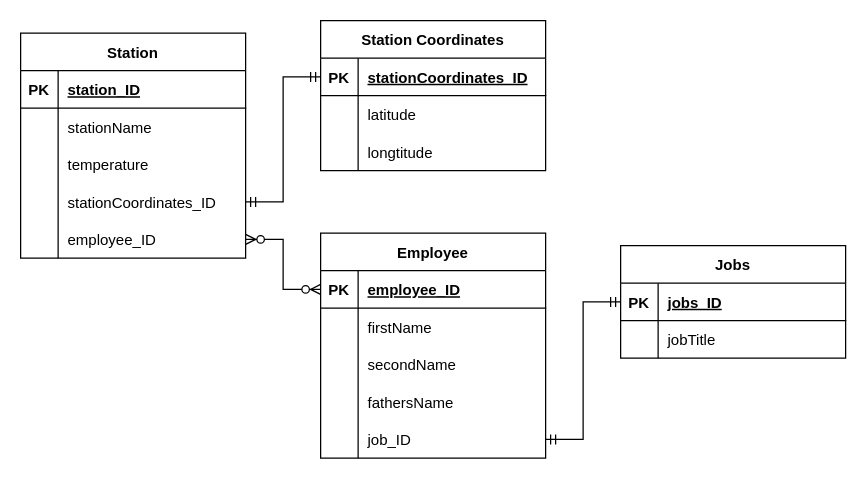
This is Диаграмма без названия.drawio from i66iwm/decorator, a draw.io file, before an edit. Source tidied: cells renumbered, new cells numbered last; positions are measured from the earlier drawing's top-left corner, leaving out a move shared by most shapes. Both pictures are drawn from the tidied source at 125%, with x=0, y=0 at pixel (20, 20).
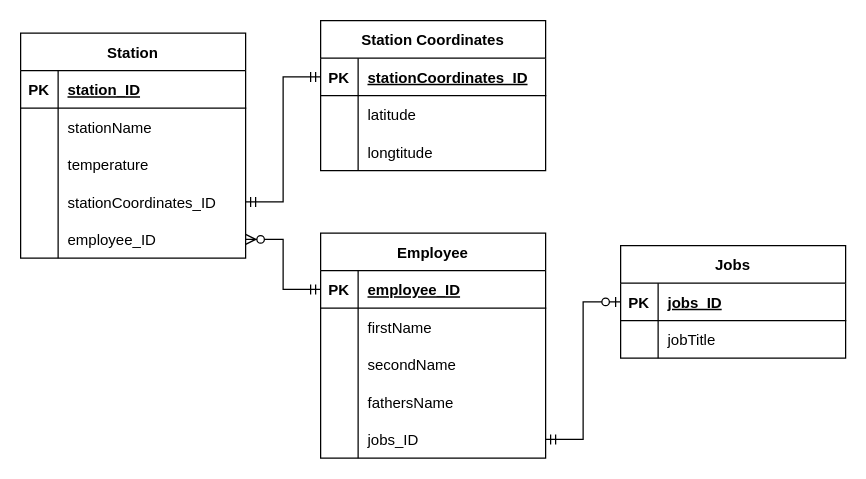
The same diagram, later.

The change refers to these unchanged cells:
```xml
<mxCell id="3" style="shape=tableRow;horizontal=0;startSize=0;swimlaneHead=0;swimlaneBody=0;fillColor=none;points=[[0,0.5],[1,0.5]];portConstraint=eastwest;top=0;left=0;right=0;bottom=1;" parent="2" vertex="1">
  <mxGeometry y="30" width="180" height="30" as="geometry" />
</mxCell>
<mxCell id="15" style="shape=tableRow;horizontal=0;startSize=0;swimlaneHead=0;swimlaneBody=0;fillColor=none;points=[[0,0.5],[1,0.5]];portConstraint=eastwest;top=0;left=0;right=0;bottom=0;" parent="2" vertex="1">
  <mxGeometry y="150" width="180" height="30" as="geometry" />
</mxCell>
<mxCell id="28" style="shape=tableRow;horizontal=0;startSize=0;swimlaneHead=0;swimlaneBody=0;fillColor=none;points=[[0,0.5],[1,0.5]];portConstraint=eastwest;top=0;left=0;right=0;bottom=0;" parent="18" vertex="1">
  <mxGeometry y="120" width="180" height="30" as="geometry" />
</mxCell>
<mxCell id="31" style="shape=tableRow;horizontal=0;startSize=0;swimlaneHead=0;swimlaneBody=0;fillColor=none;points=[[0,0.5],[1,0.5]];portConstraint=eastwest;top=0;left=0;right=0;bottom=0;" parent="18" vertex="1">
  <mxGeometry y="150" width="180" height="30" as="geometry" />
</mxCell>
<mxCell id="35" style="shape=tableRow;horizontal=0;startSize=0;swimlaneHead=0;swimlaneBody=0;fillColor=none;points=[[0,0.5],[1,0.5]];portConstraint=eastwest;top=0;left=0;right=0;bottom=1;" parent="34" vertex="1">
  <mxGeometry y="30" width="180" height="30" as="geometry" />
</mxCell>
<mxCell id="45" style="shape=tableRow;horizontal=0;startSize=0;swimlaneHead=0;swimlaneBody=0;fillColor=none;points=[[0,0.5],[1,0.5]];portConstraint=eastwest;top=0;left=0;right=0;bottom=1;" parent="44" vertex="1">
  <mxGeometry y="30" width="180" height="30" as="geometry" />
</mxCell>
```

The edit, as a diff of the source:
```diff
@@
-    <mxCell id="17" value="job_ID" style="shape=partialRectangle;fillColor=none;top=0;left=0;bottom=0;right=0;align=left;spacingLeft=6;overflow=hidden;" parent="15" vertex="1">
+    <mxCell id="17" value="jobs_ID" style="shape=partialRectangle;fillColor=none;top=0;left=0;bottom=0;right=0;align=left;spacingLeft=6;overflow=hidden;" parent="15" vertex="1">
       <mxGeometry x="30" width="150" height="30" as="geometry" />
     </mxCell>
@@
+    <mxCell id="52" style="edgeStyle=entityRelationEdgeStyle;fontSize=12;html=1;endArrow=ERmandOne;startArrow=ERmandOne;rounded=0;exitX=1;exitY=0.5;exitDx=0;exitDy=0;entryX=0;entryY=0.5;entryDx=0;entryDy=0;" parent="1" edge="1" source="28" target="35">
+      <mxGeometry relative="1" as="geometry" />
+    </mxCell>
+    <mxCell id="54" style="edgeStyle=entityRelationEdgeStyle;fontSize=12;html=1;endArrow=ERzeroToMany;startArrow=ERmandOne;rounded=0;exitX=0;exitY=0.5;exitDx=0;exitDy=0;entryX=1;entryY=0.5;entryDx=0;entryDy=0;" parent="1" edge="1" source="3" target="31">
+      <mxGeometry relative="1" as="geometry" />
+    </mxCell>
-    <mxCell id="51" style="edgeStyle=entityRelationEdgeStyle;fontSize=12;html=1;endArrow=ERmandOne;startArrow=ERmandOne;rounded=0;exitX=1;exitY=0.5;exitDx=0;exitDy=0;entryX=0;entryY=0.5;entryDx=0;entryDy=0;" parent="1" edge="1" source="15" target="45">
+    <mxCell id="51" style="edgeStyle=entityRelationEdgeStyle;fontSize=12;html=1;endArrow=ERzeroToOne;startArrow=ERmandOne;rounded=0;exitX=1;exitY=0.5;exitDx=0;exitDy=0;entryX=0;entryY=0.5;entryDx=0;entryDy=0;" parent="1" edge="1" source="15" target="45">
       <mxGeometry relative="1" as="geometry" />
     </mxCell>
-    <mxCell id="52" style="edgeStyle=entityRelationEdgeStyle;fontSize=12;html=1;endArrow=ERmandOne;startArrow=ERmandOne;rounded=0;exitX=1;exitY=0.5;exitDx=0;exitDy=0;entryX=0;entryY=0.5;entryDx=0;entryDy=0;" parent="1" edge="1" source="28" target="35">
-      <mxGeometry relative="1" as="geometry" />
-    </mxCell>
-    <mxCell id="53" style="edgeStyle=entityRelationEdgeStyle;fontSize=12;html=1;endArrow=ERzeroToMany;endFill=1;startArrow=ERzeroToMany;rounded=0;exitX=1;exitY=0.5;exitDx=0;exitDy=0;entryX=0;entryY=0.5;entryDx=0;entryDy=0;" parent="1" edge="1" source="31" target="3">
-      <mxGeometry relative="1" as="geometry" />
-    </mxCell>
```
